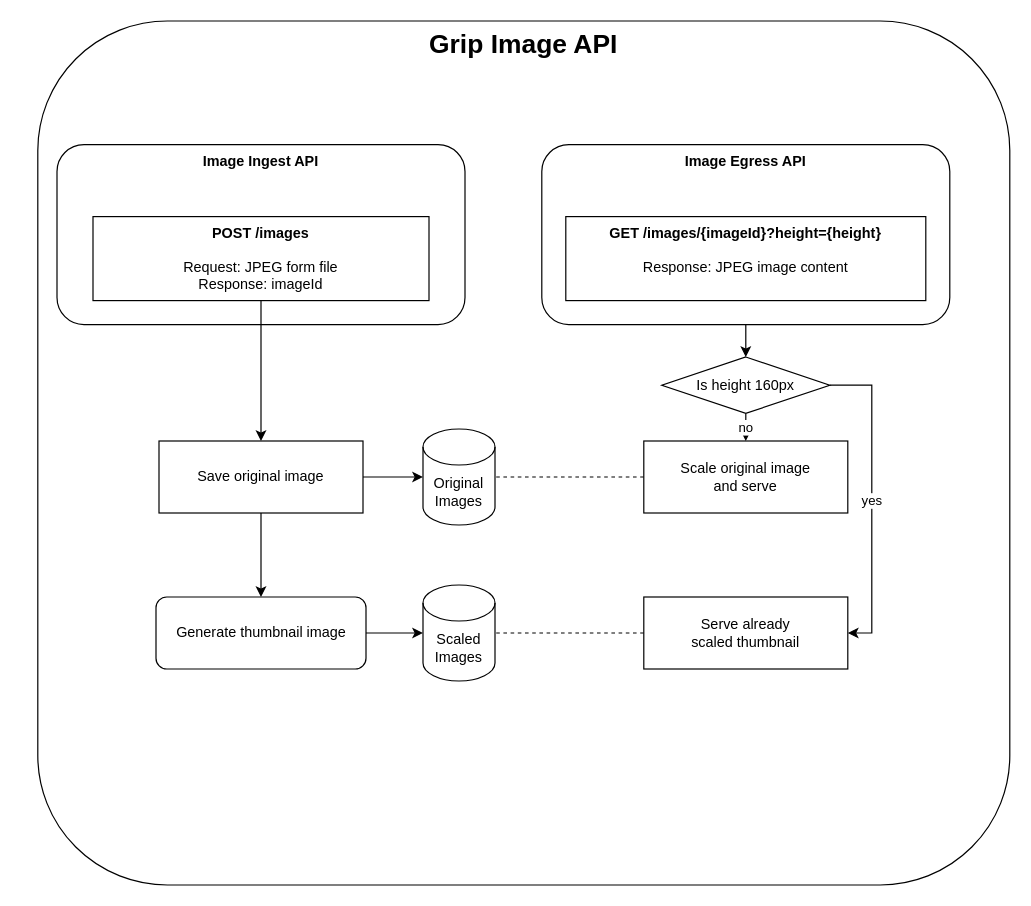
Before: page "Overview" (1 of 3) of docs/overview.drawio in tompetk/grip-case-study, a draw.io diagram. Source tidied: cells renumbered, new cells numbered last; positions are measured from the earlier drawing's top-left corner, leaving out a move shared by most shapes. Both pictures are drawn from the tidied source at 120%, with x=0, y=0 at pixel (37, 20).
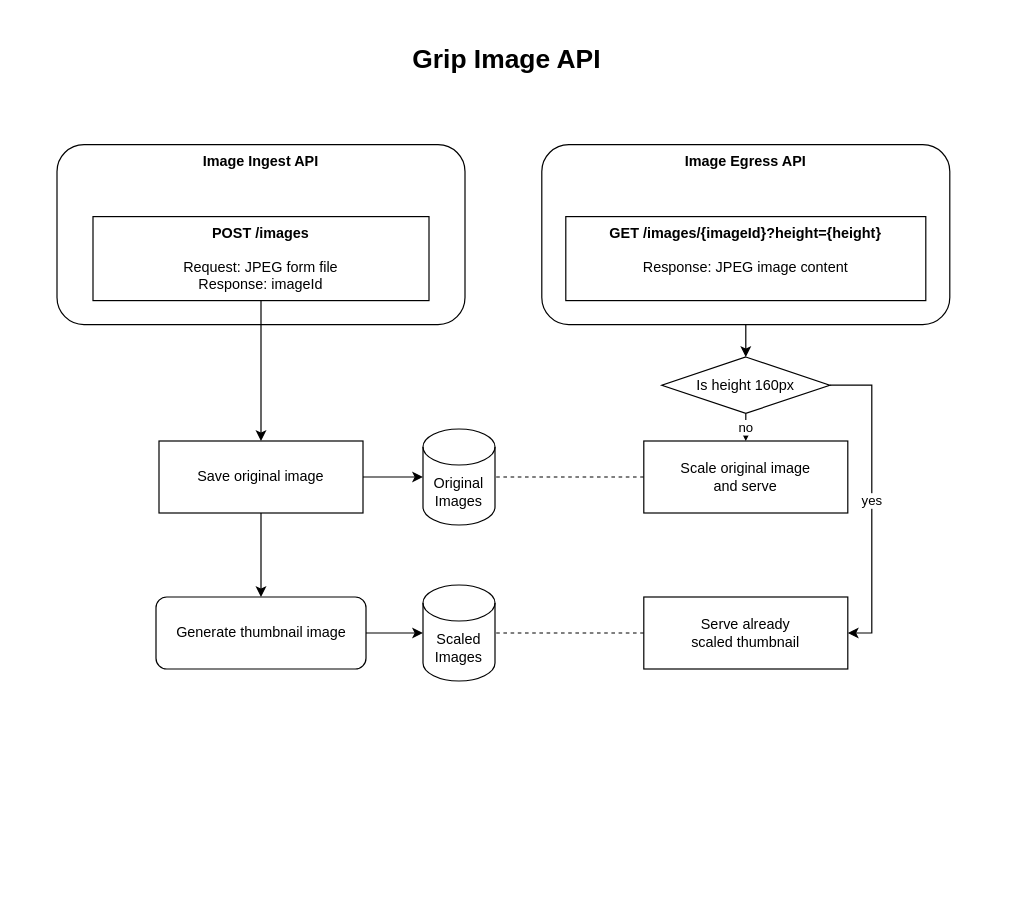
The same page after the edit.

Change to the diagram source:
```diff
@@
-    <mxCell id="2" value="Grip Image API" style="rounded=1;whiteSpace=wrap;html=1;verticalAlign=top;fontSize=22;fontStyle=1;" parent="1" vertex="1">
-      <mxGeometry width="810" height="720" as="geometry" />
+    <mxCell id="2" value="Grip Image API" style="rounded=1;whiteSpace=wrap;html=1;verticalAlign=top;fontSize=22;fontStyle=1;strokeColor=none;" parent="1" vertex="1">
+      <mxGeometry x="-14" y="13" width="810" height="580" as="geometry" />
     </mxCell>
```
